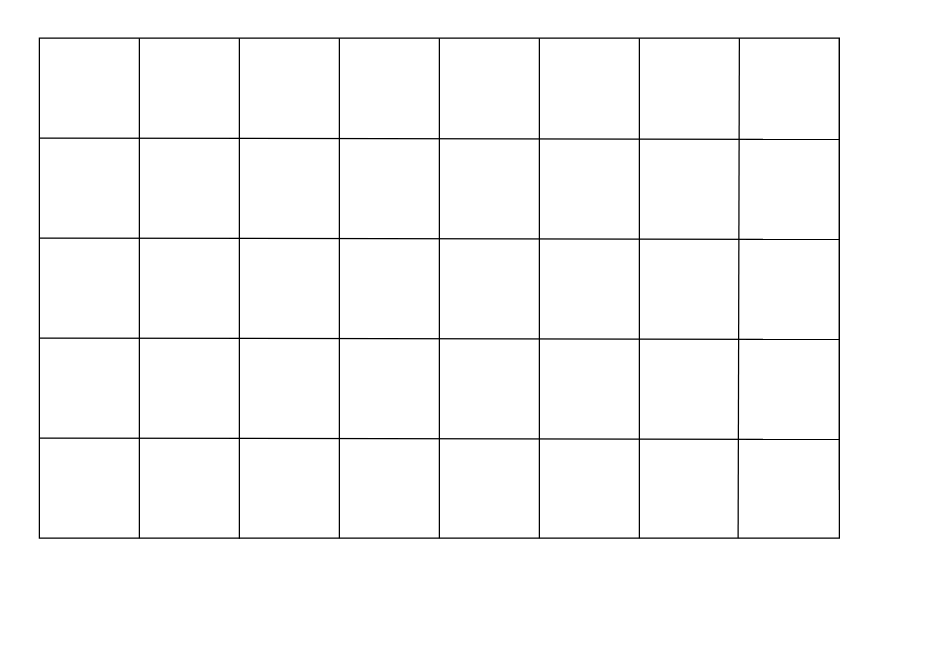
Xeraoo/Diagrams_for_studying keeps this draw.io diagram as Cieplownictwo.drawio. Above is the earlier version. Source tidied: cells renumbered, new cells numbered last; positions are measured from the earlier drawing's top-left corner, leaving out a move shared by most shapes. Both pictures are drawn from the tidied source at 125%, with x=0, y=0 at pixel (39, 38).
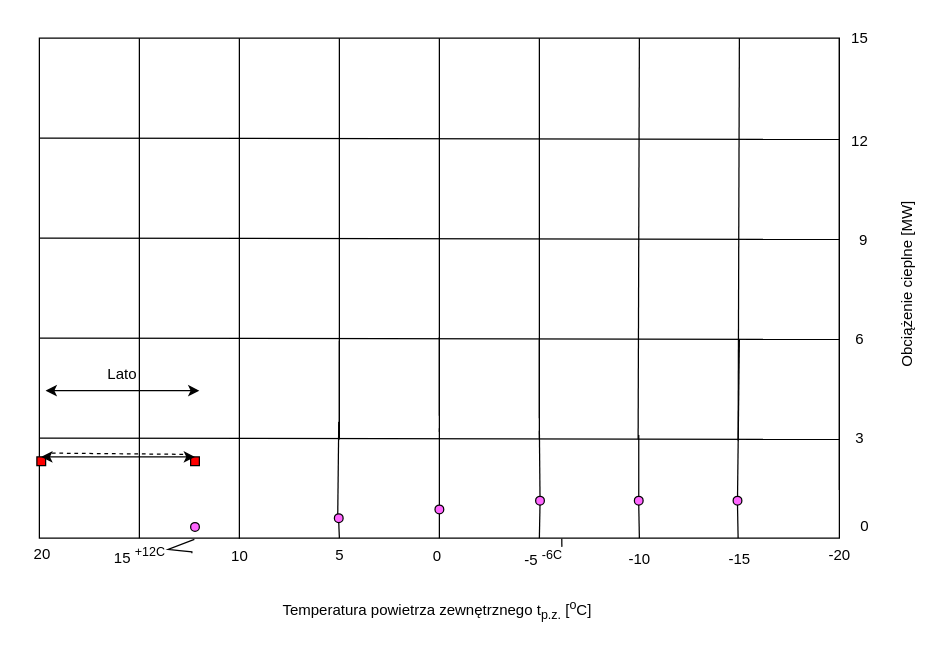
The same page after the edit.

The change refers to these unchanged cells:
```xml
<mxCell id="2" style="rounded=0;whiteSpace=wrap;html=1;" parent="1" vertex="1">
  <mxGeometry width="640" height="400" as="geometry" />
</mxCell>
```

Diff of the diagram source:
```diff
@@
-    <mxCell id="5" style="endArrow=none;html=1;rounded=0;entryX=0.101;entryY=-0.008;entryDx=0;entryDy=0;entryPerimeter=0;exitX=0.375;exitY=1;exitDx=0;exitDy=0;exitPerimeter=0;" parent="1" edge="1" source="2">
+    <mxCell id="5" style="endArrow=none;html=1;rounded=0;entryX=0.101;entryY=-0.008;entryDx=0;entryDy=0;entryPerimeter=0;" parent="1" edge="1">
       <mxGeometry relative="1" as="geometry">
+        <mxPoint x="240" y="321" as="sourcePoint" />
         <mxPoint x="240" as="targetPoint" />
       </mxGeometry>
     </mxCell>
     <mxCell id="6" style="endArrow=none;html=1;rounded=0;entryX=0.101;entryY=-0.008;entryDx=0;entryDy=0;entryPerimeter=0;" parent="1" edge="1">
       <mxGeometry relative="1" as="geometry">
-        <mxPoint x="320" y="400" as="sourcePoint" />
+        <mxPoint x="320" y="302" as="sourcePoint" />
         <mxPoint x="320" as="targetPoint" />
       </mxGeometry>
     </mxCell>
     <mxCell id="7" style="endArrow=none;html=1;rounded=0;entryX=0.101;entryY=-0.008;entryDx=0;entryDy=0;entryPerimeter=0;" parent="1" edge="1">
       <mxGeometry relative="1" as="geometry">
-        <mxPoint x="400" y="400" as="sourcePoint" />
+        <mxPoint x="400" y="304" as="sourcePoint" />
         <mxPoint x="400" as="targetPoint" />
       </mxGeometry>
     </mxCell>
     <mxCell id="8" style="endArrow=none;html=1;rounded=0;entryX=0.101;entryY=-0.008;entryDx=0;entryDy=0;entryPerimeter=0;" parent="1" edge="1">
       <mxGeometry relative="1" as="geometry">
-        <mxPoint x="480" y="400" as="sourcePoint" />
+        <mxPoint x="479" y="321" as="sourcePoint" />
         <mxPoint x="480" as="targetPoint" />
       </mxGeometry>
     </mxCell>
     <mxCell id="9" style="endArrow=none;html=1;rounded=0;entryX=0.875;entryY=0;entryDx=0;entryDy=0;entryPerimeter=0;" parent="1" edge="1" target="2">
       <mxGeometry relative="1" as="geometry">
-        <mxPoint x="559" y="400" as="sourcePoint" />
+        <mxPoint x="559" y="322" as="sourcePoint" />
       </mxGeometry>
     </mxCell>
@@
+    <mxCell id="15" value="20" style="text;html=1;align=center;verticalAlign=middle;strokeColor=none;fillColor=none;" parent="1" vertex="1">
+      <mxGeometry x="-14" y="400" width="31" height="26" as="geometry" />
+    </mxCell>
+    <mxCell id="16" value="15 &lt;sup&gt;+12C&lt;/sup&gt;" style="text;html=1;align=center;verticalAlign=middle;strokeColor=none;fillColor=none;" parent="1" vertex="1">
+      <mxGeometry x="50" y="399" width="59" height="29" as="geometry" />
+    </mxCell>
+    <mxCell id="17" value="10" style="text;html=1;align=center;verticalAlign=middle;strokeColor=none;fillColor=none;" parent="1" vertex="1">
+      <mxGeometry x="144" y="402" width="31" height="26" as="geometry" />
+    </mxCell>
+    <mxCell id="18" value="5" style="text;html=1;align=center;verticalAlign=middle;strokeColor=none;fillColor=none;" parent="1" vertex="1">
+      <mxGeometry x="227" y="400.5" width="25" height="26" as="geometry" />
+    </mxCell>
+    <mxCell id="19" value="0" style="text;html=1;align=center;verticalAlign=middle;strokeColor=none;fillColor=none;" parent="1" vertex="1">
+      <mxGeometry x="305" y="402" width="25" height="26" as="geometry" />
+    </mxCell>
+    <mxCell id="20" value="-5 &lt;sup&gt;-6C&lt;/sup&gt;" style="text;html=1;align=center;verticalAlign=middle;strokeColor=none;fillColor=none;" parent="1" vertex="1">
+      <mxGeometry x="379" y="401" width="48" height="29" as="geometry" />
+    </mxCell>
+    <mxCell id="21" value="-10" style="text;html=1;align=center;verticalAlign=middle;strokeColor=none;fillColor=none;" parent="1" vertex="1">
+      <mxGeometry x="462" y="404" width="35" height="26" as="geometry" />
+    </mxCell>
+    <mxCell id="22" value="-15" style="text;html=1;align=center;verticalAlign=middle;strokeColor=none;fillColor=none;" parent="1" vertex="1">
+      <mxGeometry x="542" y="403.5" width="35" height="26" as="geometry" />
+    </mxCell>
+    <mxCell id="23" value="-20" style="text;html=1;align=center;verticalAlign=middle;strokeColor=none;fillColor=none;" parent="1" vertex="1">
+      <mxGeometry x="622" y="401" width="35" height="26" as="geometry" />
+    </mxCell>
+    <mxCell id="24" value="0" style="text;html=1;align=center;verticalAlign=middle;strokeColor=none;fillColor=none;" parent="1" vertex="1">
+      <mxGeometry x="647" y="378" width="25" height="26" as="geometry" />
+    </mxCell>
+    <mxCell id="25" value="3" style="text;html=1;align=center;verticalAlign=middle;strokeColor=none;fillColor=none;" parent="1" vertex="1">
+      <mxGeometry x="643" y="307" width="25" height="26" as="geometry" />
+    </mxCell>
+    <mxCell id="26" value="15" style="text;html=1;align=center;verticalAlign=middle;strokeColor=none;fillColor=none;" parent="1" vertex="1">
+      <mxGeometry x="640" y="-13" width="31" height="26" as="geometry" />
+    </mxCell>
+    <mxCell id="27" value="12" style="text;html=1;align=center;verticalAlign=middle;strokeColor=none;fillColor=none;" parent="1" vertex="1">
+      <mxGeometry x="640" y="70" width="31" height="26" as="geometry" />
+    </mxCell>
+    <mxCell id="28" value="6" style="text;html=1;align=center;verticalAlign=middle;strokeColor=none;fillColor=none;" parent="1" vertex="1">
+      <mxGeometry x="643" y="228" width="25" height="26" as="geometry" />
+    </mxCell>
+    <mxCell id="29" value="9" style="text;html=1;align=center;verticalAlign=middle;strokeColor=none;fillColor=none;" parent="1" vertex="1">
+      <mxGeometry x="646" y="149" width="25" height="26" as="geometry" />
+    </mxCell>
+    <mxCell id="30" value="Temperatura powietrza zewnętrznego t&lt;sub&gt;p.z.&lt;/sub&gt;&amp;nbsp;[&lt;sup&gt;o&lt;/sup&gt;C]" style="text;html=1;align=center;verticalAlign=middle;strokeColor=none;fillColor=none;" parent="1" vertex="1">
+      <mxGeometry x="185" y="442" width="265" height="32" as="geometry" />
+    </mxCell>
+    <mxCell id="31" value="Obciążenie cieplne [MW]" style="text;html=1;align=center;verticalAlign=middle;strokeColor=none;fillColor=none;rotation=270;" parent="1" vertex="1">
+      <mxGeometry x="619" y="185" width="151" height="26" as="geometry" />
+    </mxCell>
+    <mxCell id="32" style="whiteSpace=wrap;html=1;fillColor=#FF0000;" parent="1" vertex="1">
+      <mxGeometry x="-2" y="335" width="7" height="7" as="geometry" />
+    </mxCell>
+    <mxCell id="33" style="whiteSpace=wrap;html=1;fillColor=#FF0000;" parent="1" vertex="1">
+      <mxGeometry x="121" y="335" width="7" height="7" as="geometry" />
+    </mxCell>
+    <mxCell id="34" style="ellipse;whiteSpace=wrap;html=1;fillColor=#FF66FF;" parent="1" vertex="1">
+      <mxGeometry x="121" y="387.5" width="7" height="7" as="geometry" />
+    </mxCell>
+    <mxCell id="35" style="endArrow=none;html=1;rounded=0;" parent="1" edge="1">
+      <mxGeometry relative="1" as="geometry">
+        <mxPoint x="240" y="319" as="sourcePoint" />
+        <mxPoint x="240" y="242" as="targetPoint" />
+      </mxGeometry>
+    </mxCell>
+    <mxCell id="36" style="endArrow=none;html=1;rounded=0;" parent="1" edge="1">
+      <mxGeometry relative="1" as="geometry">
+        <mxPoint x="320" y="315" as="sourcePoint" />
+        <mxPoint x="320" y="239" as="targetPoint" />
+      </mxGeometry>
+    </mxCell>
+    <mxCell id="37" style="endArrow=none;html=1;rounded=0;" parent="1" edge="1">
+      <mxGeometry relative="1" as="geometry">
+        <mxPoint x="400" y="320" as="sourcePoint" />
+        <mxPoint x="400" y="241" as="targetPoint" />
+      </mxGeometry>
+    </mxCell>
+    <mxCell id="38" style="endArrow=none;html=1;rounded=0;" parent="1" edge="1" source="52">
+      <mxGeometry relative="1" as="geometry">
+        <mxPoint x="560" y="241" as="targetPoint" />
+      </mxGeometry>
+    </mxCell>
+    <mxCell id="39" style="endArrow=none;html=1;rounded=0;exitX=0.375;exitY=1;exitDx=0;exitDy=0;exitPerimeter=0;" parent="1" edge="1" source="44">
+      <mxGeometry relative="1" as="geometry">
+        <mxPoint x="239.5" y="307" as="targetPoint" />
+      </mxGeometry>
+    </mxCell>
+    <mxCell id="40" style="endArrow=none;html=1;rounded=0;" parent="1" edge="1" source="50">
+      <mxGeometry relative="1" as="geometry">
+        <mxPoint x="479.5" y="317.5" as="targetPoint" />
+      </mxGeometry>
+    </mxCell>
+    <mxCell id="41" style="endArrow=none;html=1;rounded=0;" parent="1" edge="1" source="46">
+      <mxGeometry relative="1" as="geometry">
+        <mxPoint x="320" y="312" as="targetPoint" />
+      </mxGeometry>
+    </mxCell>
+    <mxCell id="42" style="endArrow=none;html=1;rounded=0;" parent="1" edge="1" source="48">
+      <mxGeometry relative="1" as="geometry">
+        <mxPoint x="400" y="314" as="targetPoint" />
+      </mxGeometry>
+    </mxCell>
+    <mxCell id="43" style="endArrow=none;html=1;rounded=0;exitX=0.375;exitY=1;exitDx=0;exitDy=0;exitPerimeter=0;" parent="1" edge="1" source="2" target="44">
+      <mxGeometry relative="1" as="geometry" />
+    </mxCell>
+    <mxCell id="44" style="ellipse;whiteSpace=wrap;html=1;fillColor=#FF66FF;" parent="1" vertex="1">
+      <mxGeometry x="236" y="380.5" width="7" height="7" as="geometry" />
+    </mxCell>
+    <mxCell id="45" style="endArrow=none;html=1;rounded=0;" parent="1" edge="1" target="46">
+      <mxGeometry relative="1" as="geometry">
+        <mxPoint x="320" y="400" as="sourcePoint" />
+      </mxGeometry>
+    </mxCell>
+    <mxCell id="46" style="ellipse;whiteSpace=wrap;html=1;fillColor=#FF66FF;" parent="1" vertex="1">
+      <mxGeometry x="316.5" y="373.5" width="7" height="7" as="geometry" />
+    </mxCell>
+    <mxCell id="47" style="endArrow=none;html=1;rounded=0;" parent="1" edge="1" target="48">
+      <mxGeometry relative="1" as="geometry">
+        <mxPoint x="400" y="400" as="sourcePoint" />
+      </mxGeometry>
+    </mxCell>
+    <mxCell id="48" style="ellipse;whiteSpace=wrap;html=1;fillColor=#FF66FF;" parent="1" vertex="1">
+      <mxGeometry x="397" y="366.5" width="7" height="7" as="geometry" />
+    </mxCell>
+    <mxCell id="49" style="endArrow=none;html=1;rounded=0;" parent="1" edge="1" target="50">
+      <mxGeometry relative="1" as="geometry">
+        <mxPoint x="480" y="400" as="sourcePoint" />
+      </mxGeometry>
+    </mxCell>
+    <mxCell id="50" style="ellipse;whiteSpace=wrap;html=1;fillColor=#FF66FF;" parent="1" vertex="1">
+      <mxGeometry x="476" y="366.5" width="7" height="7" as="geometry" />
+    </mxCell>
+    <mxCell id="51" style="endArrow=none;html=1;rounded=0;" parent="1" edge="1" target="52">
+      <mxGeometry relative="1" as="geometry">
+        <mxPoint x="559" y="400" as="sourcePoint" />
+      </mxGeometry>
+    </mxCell>
+    <mxCell id="52" style="ellipse;whiteSpace=wrap;html=1;fillColor=#FF66FF;" parent="1" vertex="1">
+      <mxGeometry x="555" y="366.5" width="7" height="7" as="geometry" />
+    </mxCell>
+    <mxCell id="53" style="endArrow=classic;startArrow=classic;html=1;rounded=0;exitX=0.5;exitY=0;exitDx=0;exitDy=0;entryX=0.5;entryY=0;entryDx=0;entryDy=0;" parent="1" edge="1" source="32" target="33">
+      <mxGeometry relative="1" as="geometry" />
+    </mxCell>
+    <mxCell id="54" style="endArrow=classic;startArrow=classic;html=1;rounded=0;exitX=0.5;exitY=0;exitDx=0;exitDy=0;entryX=0.5;entryY=0;entryDx=0;entryDy=0;" parent="1" edge="1">
+      <mxGeometry relative="1" as="geometry">
+        <mxPoint x="5" y="282" as="sourcePoint" />
+        <mxPoint x="128" y="282" as="targetPoint" />
+      </mxGeometry>
+    </mxCell>
+    <mxCell id="55" value="Lato" style="text;html=1;align=center;verticalAlign=middle;strokeColor=none;fillColor=none;" parent="1" vertex="1">
+      <mxGeometry x="45" y="256" width="41" height="26" as="geometry" />
+    </mxCell>
+    <mxCell id="56" style="endArrow=none;dashed=1;html=1;rounded=0;" parent="1" edge="1">
+      <mxGeometry relative="1" as="geometry">
+        <mxPoint x="10" y="332" as="sourcePoint" />
+        <mxPoint x="118" y="333" as="targetPoint" />
+      </mxGeometry>
+    </mxCell>
+    <mxCell id="57" style="endArrow=none;html=1;rounded=0;entryX=0.653;entryY=1.001;entryDx=0;entryDy=0;entryPerimeter=0;" parent="1" edge="1" target="2">
+      <mxGeometry relative="1" as="geometry">
+        <mxPoint x="418" y="407" as="sourcePoint" />
+        <Array as="points">
+          <mxPoint x="418" y="407" />
+        </Array>
+      </mxGeometry>
+    </mxCell>
+    <mxCell id="58" style="endArrow=none;html=1;rounded=0;" parent="1" edge="1">
+      <mxGeometry relative="1" as="geometry">
+        <mxPoint x="122" y="411" as="sourcePoint" />
+        <mxPoint x="124" y="401" as="targetPoint" />
+        <Array as="points">
+          <mxPoint x="122" y="412" />
+          <mxPoint x="122" y="411" />
+          <mxPoint x="112" y="410" />
+          <mxPoint x="103" y="409" />
+        </Array>
+      </mxGeometry>
+    </mxCell>
```
